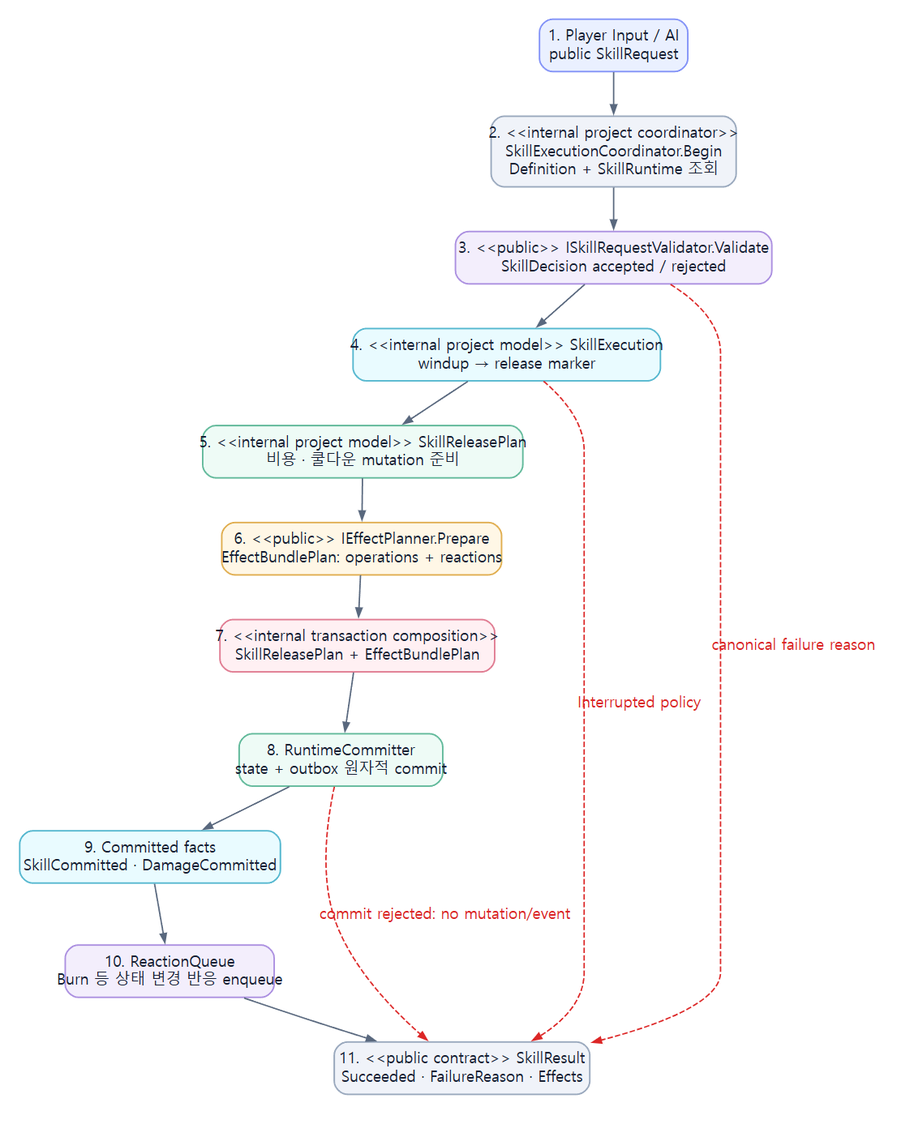
This is assets/diagrams/19_skill_execution_sequence_diagram.png from JY-LemongO/game-system-framework-knowledge-site, a Graphviz export, as it was before one commit. Its source is kept beside it as source/diagrams/19_skill_execution_sequence_diagram.dot.
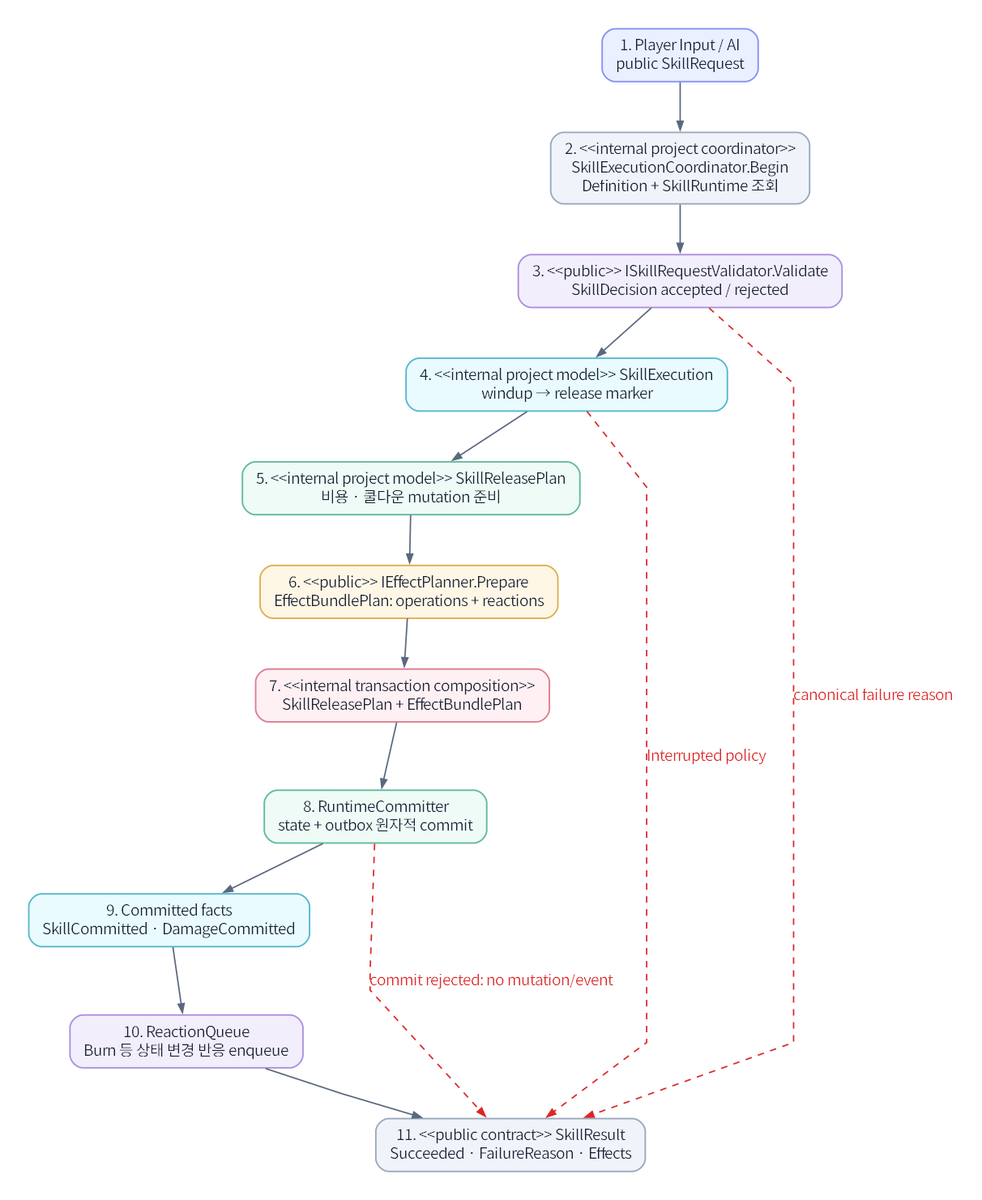
After the commit.

The edit, as a diff of the source:
```diff
@@ -1,7 +1,7 @@
 digraph G {
-  graph [fontname="Noto Sans CJK KR", bgcolor="#ffffff", margin=0.12, pad=0.25, ranksep=0.55, nodesep=0.50];
-  node [fontname="Noto Sans CJK KR", shape=box, style="rounded,filled", color="#bac7db", penwidth=1.4, fillcolor="#ffffff", fontcolor="#182033", margin="0.18,0.10"];
-  edge [fontname="Noto Sans CJK KR", color="#59687e", fontcolor="#46566e", arrowsize=0.8, penwidth=1.3];
+  graph [fontname="Noto Sans KR", bgcolor="#ffffff", margin=0.12, pad=0.25, ranksep=0.62, nodesep=0.56, splines=polyline];
+  node [fontname="Noto Sans KR", shape=box, style="rounded,filled", color="#bac7db", penwidth=1.4, fillcolor="#ffffff", fontcolor="#182033", margin="0.18,0.10"];
+  edge [fontname="Noto Sans KR", color="#59687e", fontcolor="#46566e", arrowsize=0.8, penwidth=1.3];
   rankdir=TB;
 
   A [fillcolor="#eaf0ff", color="#8292f7", label="1. Player Input / AI\npublic SkillRequest"];
```
